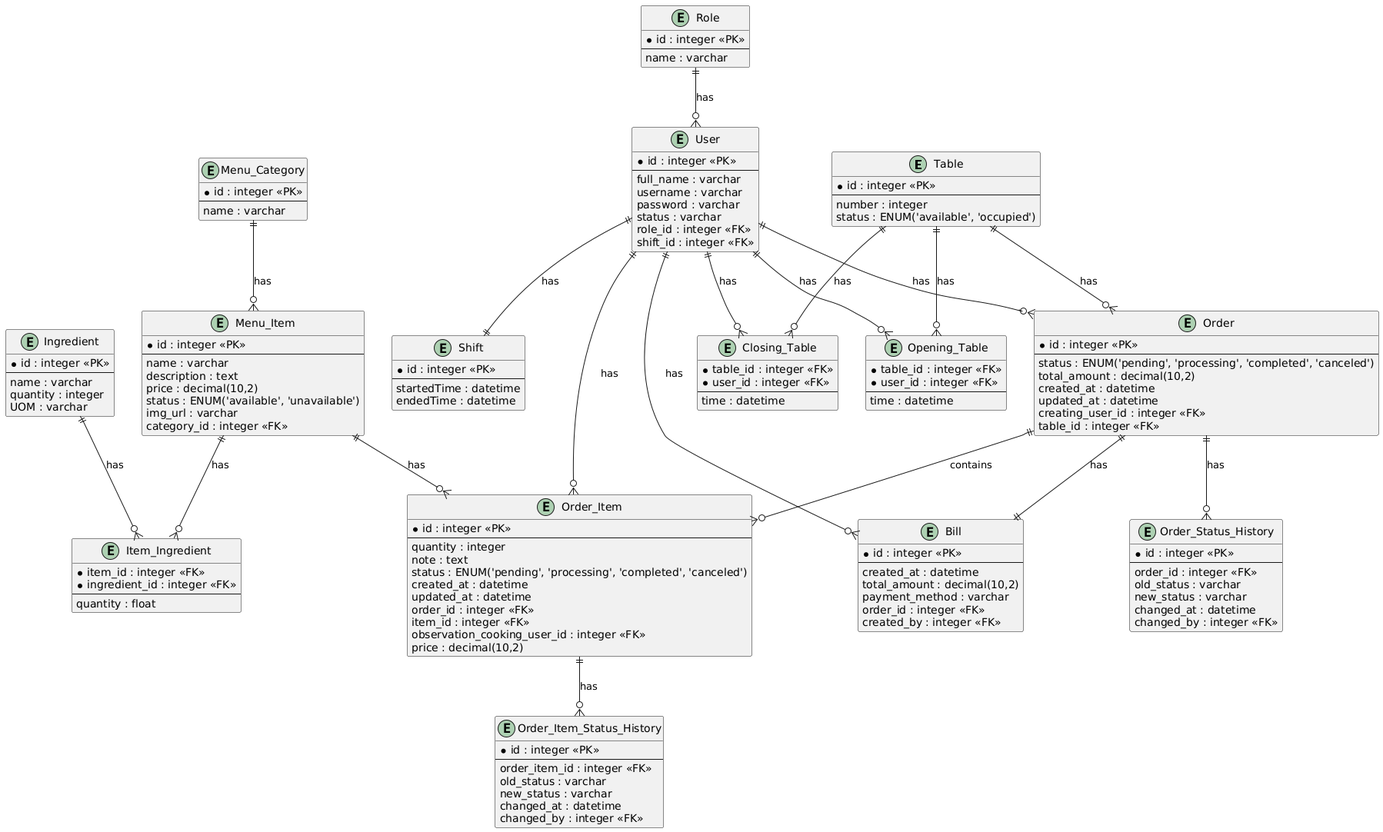
The PlantUML diagram documents/erd.png in htrnguyen/restaurant-api, before a commit.
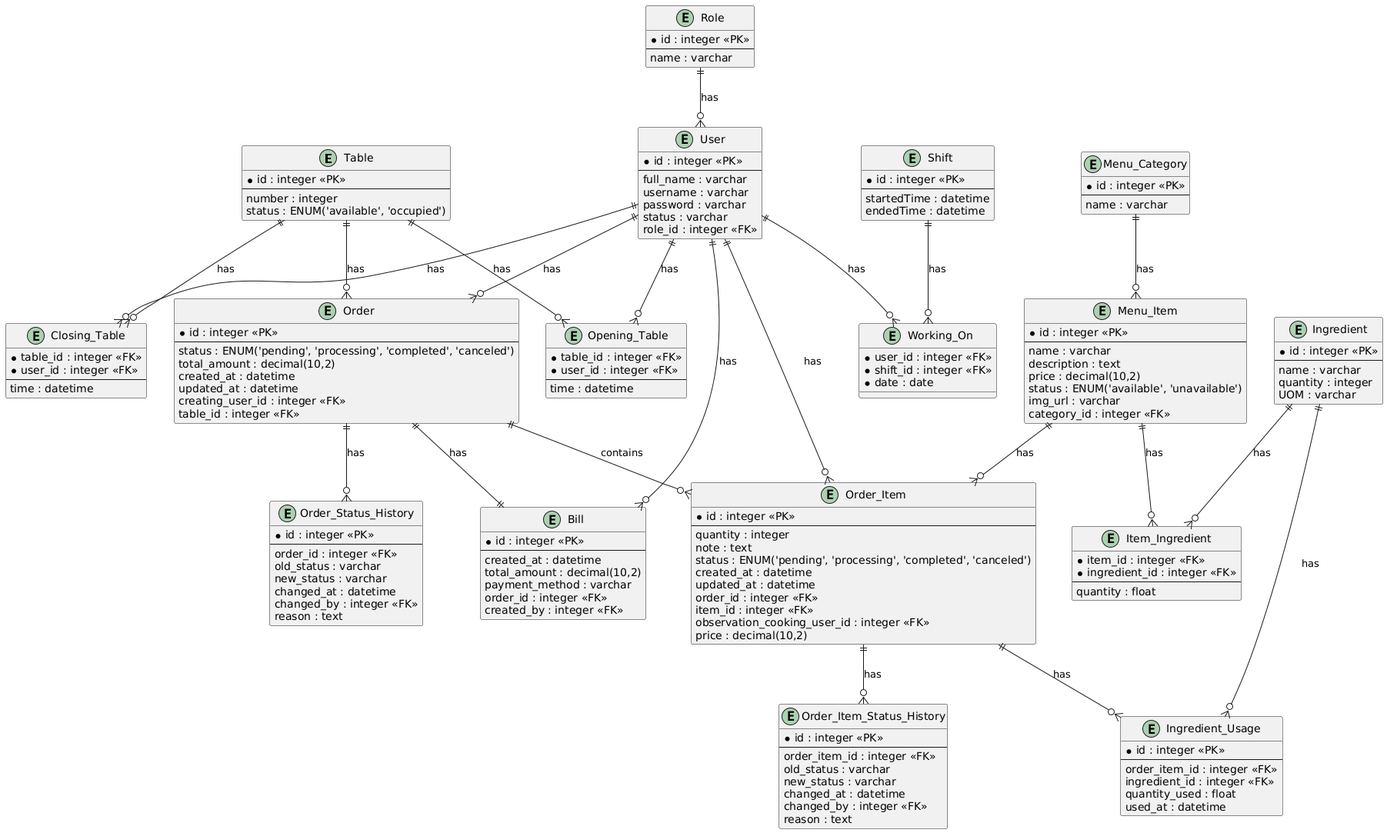
After the commit.

What changed in the source:
```diff
@@ -28,7 +28,6 @@
   password : varchar
   status : varchar
   role_id : integer <<FK>>
-  shift_id : integer <<FK>>
 }
 
 entity "Role" {
@@ -42,6 +41,12 @@
   --
   startedTime : datetime
   endedTime : datetime
+}
+
+entity "Working_On" {
+  *user_id : integer <<FK>>
+  *shift_id : integer <<FK>>
+  *date : date
 }
 
 entity "Menu_Category" {
@@ -95,6 +100,7 @@
   new_status : varchar
   changed_at : datetime
   changed_by : integer <<FK>>
+  reason : text
 }
 
 entity "Order_Item" {
@@ -119,6 +125,16 @@
   new_status : varchar
   changed_at : datetime
   changed_by : integer <<FK>>
+  reason : text
+}
+
+entity "Ingredient_Usage" {
+  *id : integer <<PK>>
+  --
+  order_item_id : integer <<FK>>
+  ingredient_id : integer <<FK>>
+  quantity_used : float
+  used_at : datetime
 }
 
 entity "Bill" {
@@ -139,14 +155,17 @@
 User ||--o{ Order : has
 User ||--o{ Order_Item : has
 User ||--o{ Bill : has
-User ||--|| Shift : has
+User ||--o{ Working_On : has
+Shift ||--o{ Working_On : has
 Role ||--o{ User : has
 Menu_Category ||--o{ Menu_Item : has
 Menu_Item ||--o{ Order_Item : has
 Menu_Item ||--o{ Item_Ingredient : has
 Ingredient ||--o{ Item_Ingredient : has
+Ingredient ||--o{ Ingredient_Usage : has
 Order ||--o{ Order_Status_History : has
 Order ||--o{ Order_Item : contains
 Order ||--|| Bill : has
 Order_Item ||--o{ Order_Item_Status_History : has
+Order_Item ||--o{ Ingredient_Usage : has
 @enduml
```
